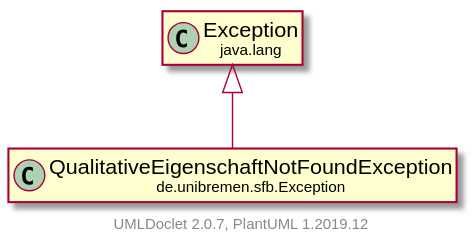
Above: doc/UML/modulsichtSVG/QualitativeEigenschaftNotFoundException.svg in fkehlenb/softwareprojekt-2 (PlantUML), before the change.
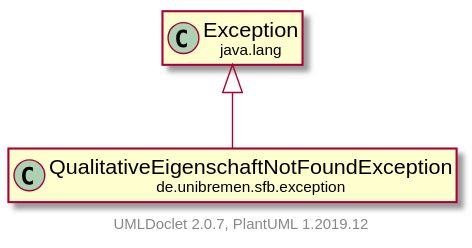
Later version of the same file.

Diff of the diagram source:
```diff
@@ -3,11 +3,11 @@
     hide empty fields
     hide empty methods
 
-    class "<size:14>QualitativeEigenschaftNotFoundException\n<size:10>de.unibremen.sfb.Exception" as de.unibremen.sfb.Exception.QualitativeEigenschaftNotFoundException [[QualitativeEigenschaftNotFoundException.html]]
+    class "<size:14>QualitativeEigenschaftNotFoundException\n<size:10>de.unibremen.sfb.exception" as de.unibremen.sfb.exception.QualitativeEigenschaftNotFoundException [[QualitativeEigenschaftNotFoundException.html]]
 
-    class "<size:14>Exception\n<size:10>java.lang" as java.lang.Exception [[https://docs.oracle.com/en/java/javase/11/docs/api/java.base/java/lang/Exception.html?is-external=true]]
+    class "<size:14>exception\n<size:10>java.lang" as java.lang.exception [[https://docs.oracle.com/en/java/javase/11/docs/api/java.base/java/lang/Exception.html?is-external=true]]
 
-    java.lang.Exception <|-- de.unibremen.sfb.Exception.QualitativeEigenschaftNotFoundException
+    java.lang.exception <|-- de.unibremen.sfb.exception.QualitativeEigenschaftNotFoundException
 
     center footer UMLDoclet 2.0.7, PlantUML 1.2019.12
 @enduml
```
